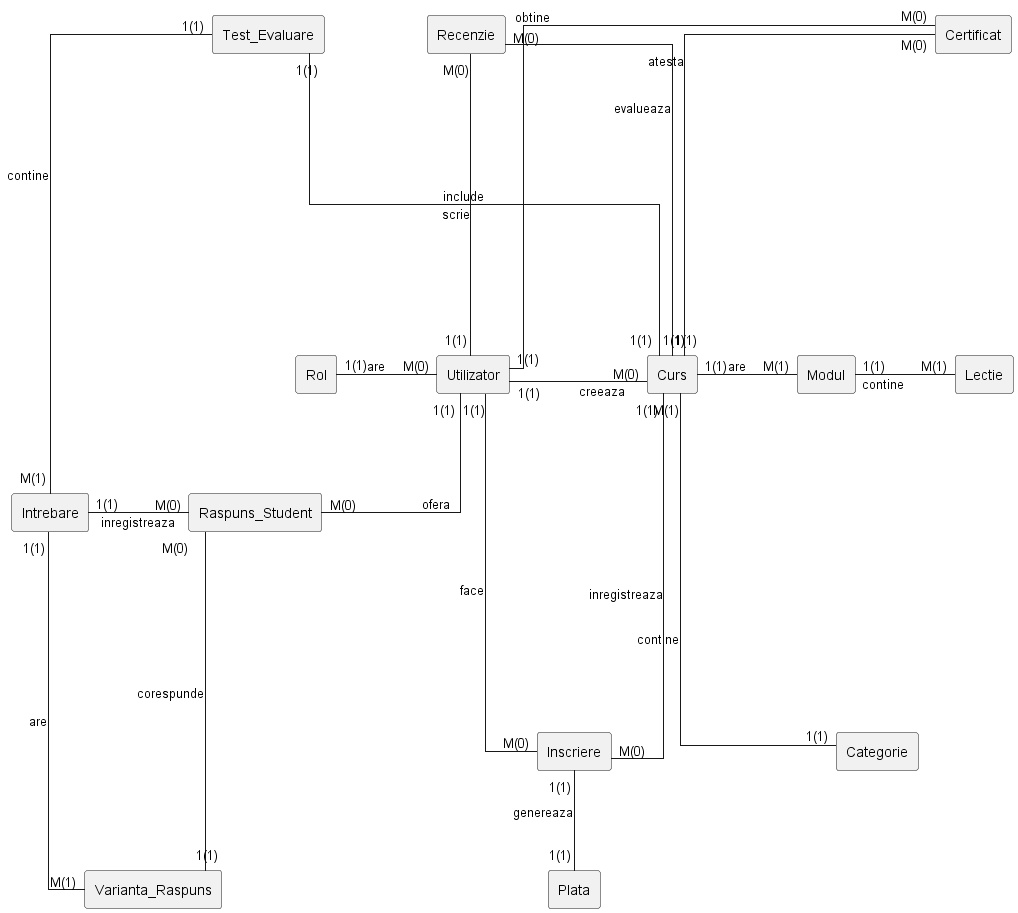
Before: out/diagrama_erd/diagrama_erd.png, a diagram exported from PlantUML (Teooo28/e-learning-database-sql).
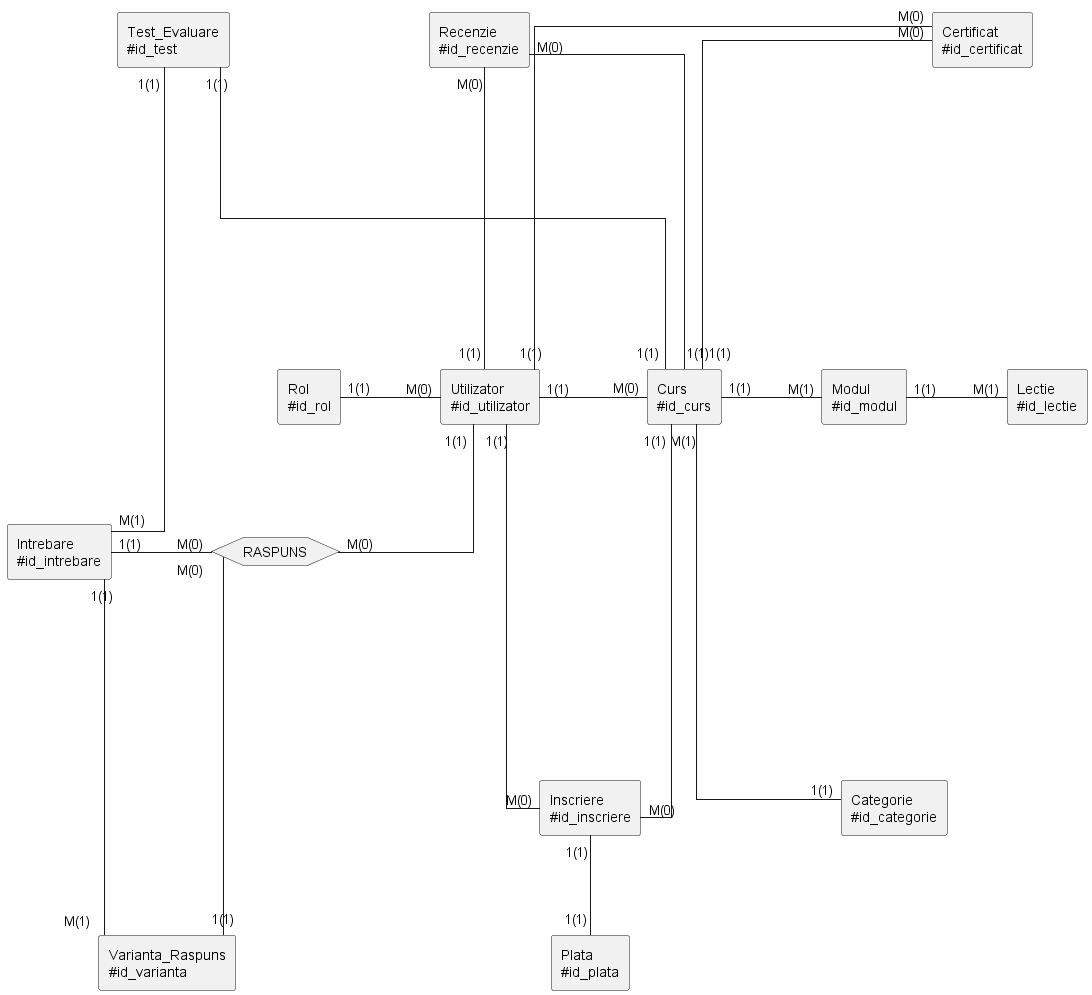
After the change.

Commit message:
Update diagrama ERD - notatii

Diff of the diagram source:
```diff
@@ -4,44 +4,45 @@
 skinparam nodesep 100
 skinparam ranksep 100
 
-rectangle "Rol" as Rol
-rectangle "Utilizator" as Utilizator
-rectangle "Categorie" as Categorie
-rectangle "Curs" as Curs
-rectangle "Modul" as Modul
-rectangle "Lectie" as Lectie
-rectangle "Inscriere" as Inscriere
-rectangle "Plata" as Plata
-rectangle "Recenzie" as Recenzie
-rectangle "Test_Evaluare" as Test
-rectangle "Intrebare" as Intrebare
-rectangle "Varianta_Raspuns" as Varianta
-rectangle "Certificat" as Certificat
-rectangle "Raspuns_Student" as Raspuns_Student
+rectangle "Rol\n&#35;id_rol" as Rol
+rectangle "Utilizator\n&#35;id_utilizator" as Utilizator
+rectangle "Categorie\n&#35;id_categorie" as Categorie
+rectangle "Curs\n&#35;id_curs" as Curs
+rectangle "Modul\n&#35;id_modul" as Modul
+rectangle "Lectie\n&#35;id_lectie" as Lectie
+rectangle "Inscriere\n&#35;id_inscriere" as Inscriere
+rectangle "Plata\n&#35;id_plata" as Plata
+rectangle "Recenzie\n&#35;id_recenzie" as Recenzie
+rectangle "Test_Evaluare\n&#35;id_test" as Test
+rectangle "Intrebare\n&#35;id_intrebare" as Intrebare
+rectangle "Varianta_Raspuns\n&#35;id_varianta" as Varianta
+rectangle "Certificat\n&#35;id_certificat" as Certificat
 
-Utilizator "1(1)" --right-- "M(0)" Curs : creeaza
-Rol "1(1)" --right-- "M(0)" Utilizator : are
-Categorie "1(1)" --up-- "M(1)" Curs : contine
+hexagon "RASPUNS" as Raspuns_Student
 
-Utilizator "1(1)" --down-- "M(0)" Inscriere : face
-Curs "1(1)" --down-- "M(0)" Inscriere : inregistreaza
-Inscriere "1(1)" -down- "1(1)" Plata : genereaza
+Utilizator "1(1)" --right-- "M(0)" Curs
+Rol "1(1)" --right-- "M(0)" Utilizator
+Categorie "1(1)" --up-- "M(1)" Curs
 
-Utilizator "1(1)" --up-- "M(0)" Recenzie : scrie
-Recenzie "M(0)" --right-- "1(1)" Curs : evalueaza
+Utilizator "1(1)" --down-- "M(0)" Inscriere
+Curs "1(1)" --down-- "M(0)" Inscriere
+Inscriere "1(1)" -down- "1(1)" Plata
 
-Utilizator "1(1)" --up-- "M(0)" Certificat : obtine
-Certificat "M(0)" --right-- "1(1)" Curs : atesta
+Utilizator "1(1)" --up-- "M(0)" Recenzie
+Recenzie "M(0)" --right-- "1(1)" Curs
 
-Curs "1(1)" --right-- "M(1)" Modul : are
-Modul "1(1)" --right-- "M(1)" Lectie : contine
+Utilizator "1(1)" --up-- "M(0)" Certificat
+Certificat "M(0)" --right-- "1(1)" Curs
 
-Curs "1(1)" --up-- "1(1)" Test : include
-Test "1(1)" --down-- "M(1)" Intrebare : contine
-Intrebare "1(1)" --down-- "M(1)" Varianta : are
+Curs "1(1)" --right-- "M(1)" Modul
+Modul "1(1)" --right-- "M(1)" Lectie
 
-Utilizator "1(1)" -down- "M(0)" Raspuns_Student : ofera
-Intrebare "1(1)" --right-- "M(0)" Raspuns_Student : inregistreaza
-Varianta "1(1)" --up-- "M(0)" Raspuns_Student : corespunde
+Curs "1(1)" --up-- "1(1)" Test
+Test "1(1)" --down-- "M(1)" Intrebare
+Intrebare "1(1)" --down-- "M(1)" Varianta
+
+Utilizator "1(1)" -down- "M(0)" Raspuns_Student
+Intrebare "1(1)" --right-- "M(0)" Raspuns_Student
+Varianta "1(1)" --up-- "M(0)" Raspuns_Student
 
 @enduml
```
